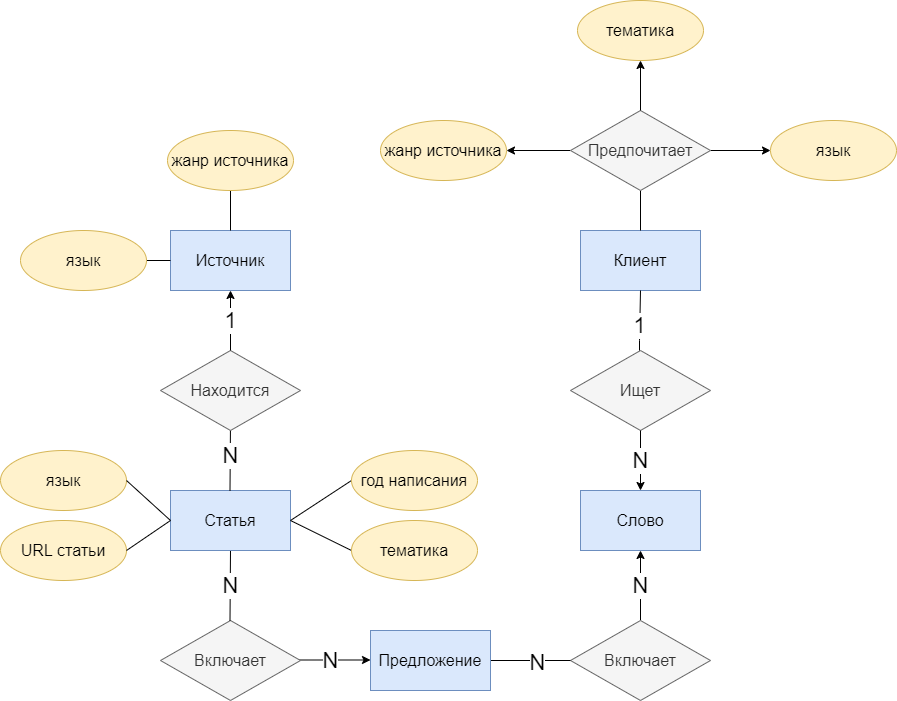
Earlier version of the draw.io export GetImage.png (AgeevAA/DB-project). Source tidied: cells renumbered, new cells last; positions are measured from the earlier drawing's top-left corner, leaving out a move shared by most shapes.
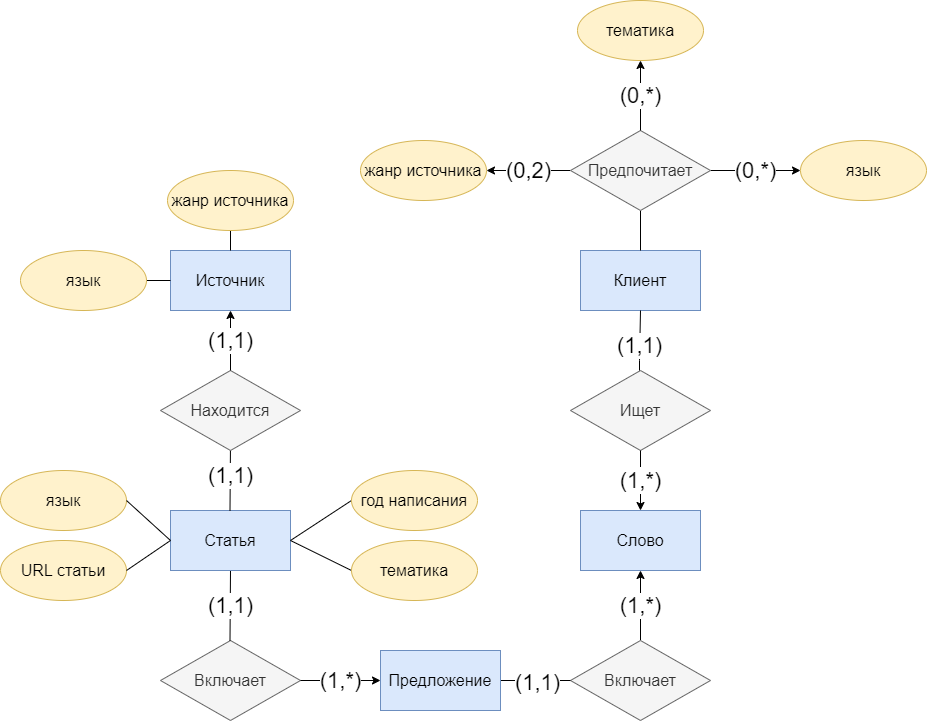
Above is the later version.

What changed in the source:
```diff
@@ -5,7 +5,7 @@
     <mxCell id="2" value="&lt;font style=&quot;font-size: 16px&quot;&gt;Клиент&lt;/font&gt;" style="rounded=0;whiteSpace=wrap;html=1;fillColor=#dae8fc;strokeColor=#6c8ebf;" parent="1" vertex="1">
       <mxGeometry x="580" y="230" width="120" height="60" as="geometry" />
     </mxCell>
-    <mxCell id="3" value="&lt;font style=&quot;font-size: 22px&quot;&gt;1&lt;/font&gt;" style="endArrow=none;html=1;entryX=0.5;entryY=1;entryDx=0;entryDy=0;" parent="1" edge="1" target="2">
+    <mxCell id="3" value="&lt;span style=&quot;font-size: 22px&quot;&gt;(1,1)&lt;/span&gt;" style="endArrow=none;html=1;entryX=0.5;entryY=1;entryDx=0;entryDy=0;" parent="1" edge="1" target="2">
       <mxGeometry relative="1" as="geometry">
         <mxPoint x="639" y="360" as="sourcePoint" />
         <Array as="points">
@@ -19,7 +19,7 @@
     <mxCell id="5" value="&lt;font style=&quot;font-size: 16px&quot;&gt;Ищет&lt;/font&gt;" style="rhombus;whiteSpace=wrap;html=1;fillColor=#f5f5f5;strokeColor=#666666;fontColor=#333333;" parent="1" vertex="1">
       <mxGeometry x="570" y="350" width="140" height="80" as="geometry" />
     </mxCell>
-    <mxCell id="6" value="&lt;font style=&quot;font-size: 22px&quot;&gt;N&lt;/font&gt;" style="endArrow=classic;html=1;entryX=0.5;entryY=0;entryDx=0;entryDy=0;entryPerimeter=0;endFill=1;" parent="1" edge="1" target="4">
+    <mxCell id="6" value="&lt;span style=&quot;font-size: 22px&quot;&gt;&lt;font face=&quot;Helvetica&quot;&gt;(1,*)&lt;/font&gt;&lt;/span&gt;" style="endArrow=classic;html=1;entryX=0.5;entryY=0;entryDx=0;entryDy=0;entryPerimeter=0;endFill=1;fontFamily=Verdana;" parent="1" edge="1" target="4">
       <mxGeometry relative="1" as="geometry">
         <mxPoint x="640" y="430" as="sourcePoint" />
         <Array as="points">
@@ -27,7 +27,7 @@
         </Array>
       </mxGeometry>
     </mxCell>
-    <mxCell id="7" value="&lt;font style=&quot;font-size: 22px&quot;&gt;N&lt;/font&gt;" style="endArrow=classic;html=1;entryX=0.5;entryY=1;entryDx=0;entryDy=0;endFill=1;" parent="1" edge="1" target="4">
+    <mxCell id="7" value="&lt;span style=&quot;font-size: 22px&quot;&gt;(1,*)&lt;/span&gt;" style="endArrow=classic;html=1;entryX=0.5;entryY=1;entryDx=0;entryDy=0;endFill=1;" parent="1" edge="1" target="4">
       <mxGeometry relative="1" as="geometry">
         <mxPoint x="640" y="620" as="sourcePoint" />
       </mxGeometry>
@@ -40,22 +40,16 @@
         <mxPoint x="480" y="660" as="sourcePoint" />
       </mxGeometry>
     </mxCell>
-    <mxCell id="10" value="&lt;font style=&quot;font-size: 22px&quot;&gt;N&lt;/font&gt;" style="edgeLabel;html=1;align=center;verticalAlign=middle;" parent="9" vertex="1">
+    <mxCell id="10" value="&lt;span style=&quot;font-size: 22px&quot;&gt;(1,1)&lt;/span&gt;" style="edgeLabel;html=1;align=center;verticalAlign=middle;" parent="9" vertex="1">
       <mxGeometry x="0.24" y="-1" relative="1" as="geometry" />
     </mxCell>
     <mxCell id="11" value="&lt;font style=&quot;font-size: 16px&quot;&gt;Предложение&lt;/font&gt;" style="rounded=0;whiteSpace=wrap;html=1;fillColor=#dae8fc;strokeColor=#6c8ebf;" parent="1" vertex="1">
-      <mxGeometry x="370" y="630" width="120" height="60" as="geometry" />
+      <mxGeometry x="380" y="630" width="120" height="60" as="geometry" />
     </mxCell>
-    <mxCell id="12" value="&lt;font style=&quot;font-size: 22px&quot;&gt;N&lt;/font&gt;" style="endArrow=none;html=1;startArrow=classic;startFill=1;" parent="1" edge="1">
-      <mxGeometry relative="1" as="geometry">
-        <mxPoint x="370" y="659.5" as="sourcePoint" />
-        <mxPoint x="290" y="659.5" as="targetPoint" />
-      </mxGeometry>
-    </mxCell>
     <mxCell id="13" value="&lt;font style=&quot;font-size: 16px&quot;&gt;Включает&lt;/font&gt;" style="rhombus;whiteSpace=wrap;html=1;fillColor=#f5f5f5;strokeColor=#666666;fontColor=#333333;" parent="1" vertex="1">
       <mxGeometry x="160" y="620" width="140" height="80" as="geometry" />
     </mxCell>
-    <mxCell id="14" value="&lt;font style=&quot;font-size: 22px&quot;&gt;N&lt;/font&gt;" style="endArrow=none;html=1;" parent="1" edge="1">
+    <mxCell id="14" value="&lt;font style=&quot;font-size: 22px&quot;&gt;(1,1)&lt;/font&gt;" style="endArrow=none;html=1;" parent="1" edge="1">
       <mxGeometry relative="1" as="geometry">
         <mxPoint x="229.5" y="620" as="sourcePoint" />
         <mxPoint x="230" y="550" as="targetPoint" />
@@ -64,7 +58,7 @@
     <mxCell id="15" value="&lt;font style=&quot;font-size: 16px&quot;&gt;Статья&lt;/font&gt;" style="rounded=0;whiteSpace=wrap;html=1;fillColor=#dae8fc;strokeColor=#6c8ebf;" parent="1" vertex="1">
       <mxGeometry x="170" y="490" width="120" height="60" as="geometry" />
     </mxCell>
-    <mxCell id="16" value="&lt;font style=&quot;font-size: 22px&quot;&gt;N&lt;/font&gt;" style="endArrow=none;html=1;" parent="1" edge="1">
+    <mxCell id="16" value="&lt;span style=&quot;font-size: 22px&quot;&gt;(1,1)&lt;/span&gt;" style="endArrow=none;html=1;" parent="1" edge="1">
       <mxGeometry relative="1" as="geometry">
         <mxPoint x="229.5" y="490" as="sourcePoint" />
         <mxPoint x="230" y="420" as="targetPoint" />
@@ -73,7 +67,7 @@
     <mxCell id="17" value="&lt;font style=&quot;font-size: 16px&quot;&gt;Находится&lt;/font&gt;" style="rhombus;whiteSpace=wrap;html=1;fillColor=#f5f5f5;strokeColor=#666666;fontColor=#333333;" parent="1" vertex="1">
       <mxGeometry x="160" y="350" width="140" height="80" as="geometry" />
     </mxCell>
-    <mxCell id="18" value="&lt;font style=&quot;font-size: 22px&quot;&gt;1&lt;/font&gt;" style="endArrow=none;html=1;entryX=0.5;entryY=0;entryDx=0;entryDy=0;startArrow=classic;startFill=1;exitX=0.5;exitY=1;exitDx=0;exitDy=0;" parent="1" edge="1" source="19" target="17">
+    <mxCell id="18" value="&lt;font style=&quot;font-size: 22px&quot;&gt;(1,1)&lt;/font&gt;" style="endArrow=none;html=1;entryX=0.5;entryY=0;entryDx=0;entryDy=0;startArrow=classic;startFill=1;exitX=0.5;exitY=1;exitDx=0;exitDy=0;" parent="1" edge="1" source="19" target="17">
       <mxGeometry relative="1" as="geometry" />
     </mxCell>
     <mxCell id="19" value="&lt;font style=&quot;font-size: 16px&quot;&gt;Источник&lt;/font&gt;" style="rounded=0;whiteSpace=wrap;html=1;fillColor=#dae8fc;strokeColor=#6c8ebf;" parent="1" vertex="1">
@@ -89,7 +83,7 @@
         <mxPoint x="290" y="520" as="sourcePoint" />
       </mxGeometry>
     </mxCell>
-    <mxCell id="22" style="endArrow=classic;html=1;entryX=0;entryY=0.5;entryDx=0;entryDy=0;exitX=1;exitY=0.5;exitDx=0;exitDy=0;endFill=1;" parent="1" edge="1" source="30" target="29">
+    <mxCell id="22" value="&lt;font style=&quot;font-size: 22px&quot;&gt;(0,*)&lt;/font&gt;" style="endArrow=classic;html=1;entryX=0;entryY=0.5;entryDx=0;entryDy=0;exitX=1;exitY=0.5;exitDx=0;exitDy=0;endFill=1;" parent="1" edge="1" source="30" target="29">
       <mxGeometry relative="1" as="geometry" />
     </mxCell>
     <mxCell id="23" style="endArrow=none;html=1;exitX=0.5;exitY=0;exitDx=0;exitDy=0;entryX=0.5;entryY=1;entryDx=0;entryDy=0;" parent="1" edge="1" source="19" target="39">
@@ -103,22 +97,22 @@
     <mxCell id="25" style="endArrow=none;html=1;exitX=0.5;exitY=0;exitDx=0;exitDy=0;entryX=0.5;entryY=1;entryDx=0;entryDy=0;" parent="1" edge="1" source="2" target="30">
       <mxGeometry relative="1" as="geometry" />
     </mxCell>
-    <mxCell id="26" style="endArrow=none;html=1;entryX=0;entryY=0.5;entryDx=0;entryDy=0;exitX=1;exitY=0.5;exitDx=0;exitDy=0;startArrow=classic;startFill=1;" parent="1" edge="1" source="27" target="30">
+    <mxCell id="26" value="&lt;font style=&quot;font-size: 22px&quot;&gt;(0,2)&lt;/font&gt;" style="endArrow=none;html=1;entryX=0;entryY=0.5;entryDx=0;entryDy=0;exitX=1;exitY=0.5;exitDx=0;exitDy=0;startArrow=classic;startFill=1;" parent="1" edge="1" source="27" target="30">
       <mxGeometry relative="1" as="geometry" />
     </mxCell>
     <mxCell id="27" value="&lt;font style=&quot;font-size: 16px&quot;&gt;жанр источника&lt;/font&gt;" style="ellipse;whiteSpace=wrap;html=1;fillColor=#fff2cc;strokeColor=#d6b656;" parent="1" vertex="1">
-      <mxGeometry x="380" y="120" width="126" height="60" as="geometry" />
+      <mxGeometry x="360" y="120" width="126" height="60" as="geometry" />
     </mxCell>
     <mxCell id="28" value="&lt;span style=&quot;font-size: 16px&quot;&gt;тематика&lt;/span&gt;" style="ellipse;whiteSpace=wrap;html=1;fillColor=#fff2cc;strokeColor=#d6b656;" parent="1" vertex="1">
-      <mxGeometry x="577" width="126" height="60" as="geometry" />
+      <mxGeometry x="577" y="-20" width="126" height="60" as="geometry" />
     </mxCell>
     <mxCell id="29" value="&lt;span style=&quot;font-size: 16px&quot;&gt;язык&lt;/span&gt;" style="ellipse;whiteSpace=wrap;html=1;fillColor=#fff2cc;strokeColor=#d6b656;" parent="1" vertex="1">
-      <mxGeometry x="770" y="120" width="126" height="60" as="geometry" />
+      <mxGeometry x="800" y="120" width="126" height="60" as="geometry" />
     </mxCell>
     <mxCell id="30" value="&lt;font style=&quot;font-size: 16px&quot;&gt;Предпочитает&lt;/font&gt;" style="rhombus;whiteSpace=wrap;html=1;fillColor=#f5f5f5;strokeColor=#666666;fontColor=#333333;" parent="1" vertex="1">
       <mxGeometry x="570" y="110" width="140" height="80" as="geometry" />
     </mxCell>
-    <mxCell id="31" style="endArrow=classic;html=1;entryX=0.5;entryY=1;entryDx=0;entryDy=0;endFill=1;" parent="1" edge="1" target="28">
+    <mxCell id="31" value="&lt;font style=&quot;font-size: 22px&quot;&gt;(0,*)&lt;/font&gt;" style="endArrow=classic;html=1;entryX=0.5;entryY=1;entryDx=0;entryDy=0;endFill=1;" parent="1" edge="1" target="28">
       <mxGeometry relative="1" as="geometry">
         <mxPoint x="640" y="110" as="sourcePoint" />
       </mxGeometry>
@@ -145,7 +139,10 @@
       <mxGeometry x="20" y="230" width="126" height="60" as="geometry" />
     </mxCell>
     <mxCell id="39" value="&lt;font style=&quot;font-size: 16px&quot;&gt;жанр источника&lt;/font&gt;" style="ellipse;whiteSpace=wrap;html=1;fillColor=#fff2cc;strokeColor=#d6b656;" parent="1" vertex="1">
-      <mxGeometry x="167" y="130" width="126" height="60" as="geometry" />
+      <mxGeometry x="167" y="150" width="126" height="60" as="geometry" />
     </mxCell>
+    <mxCell id="40" value="&lt;span style=&quot;font-size: 22px&quot;&gt;(1,*)&lt;/span&gt;" style="endArrow=none;html=1;entryX=1;entryY=0.5;entryDx=0;entryDy=0;exitX=0;exitY=0.5;exitDx=0;exitDy=0;startArrow=classic;startFill=1;" parent="1" edge="1" source="11" target="13">
+      <mxGeometry relative="1" as="geometry" />
+    </mxCell>
   </root>
 </mxGraphModel>
```
